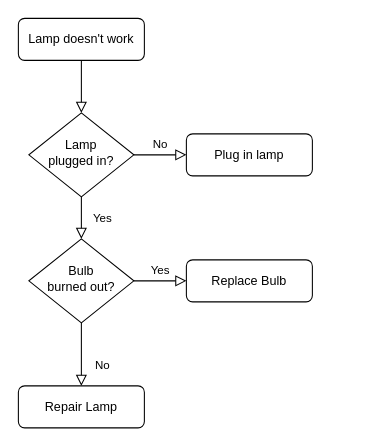
stevezhouht/baiduCDP keeps this draw.io diagram as update/ZMDB数据流向图.drawio. Above is the earlier version. Source tidied: cells renumbered, new cells numbered last; positions are measured from the earlier drawing's top-left corner, leaving out a move shared by most shapes. Both pictures are drawn from the tidied source at 105%, with x=0, y=0 at pixel (18, 18).
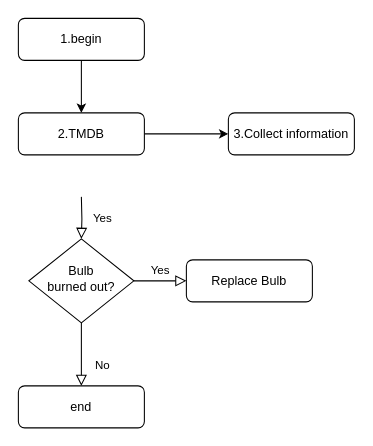
Above is the later version.

Commit message (it also covers changes not shown here):
更新ZMDB数据流向图.drawio

What changed in the source:
```diff
@@
 <mxGraphModel>
   <root>
     <mxCell id="0" />
     <mxCell id="1" parent="0" />
-    <mxCell id="2" style="rounded=0;html=1;jettySize=auto;fontSize=11;endArrow=block;endFill=0;endSize=8;strokeWidth=1;shadow=0;labelBackgroundColor=none;edgeStyle=orthogonalEdgeStyle;" parent="1" edge="1" source="3" target="6">
-      <mxGeometry relative="1" as="geometry" />
-    </mxCell>
+    <mxCell id="13" style="edgeStyle=orthogonalEdgeStyle;rounded=0;jettySize=auto;html=1;" parent="1" edge="1" source="3" target="15">
+      <mxGeometry relative="1" as="geometry" />
+    </mxCell>
-    <mxCell id="3" value="Lamp doesn't work" style="rounded=1;whiteSpace=wrap;html=1;fontSize=12;glass=0;strokeWidth=1;shadow=0;" parent="1" vertex="1">
+    <mxCell id="3" value="1.begin" style="rounded=1;whiteSpace=wrap;html=1;fontSize=12;glass=0;strokeWidth=1;shadow=0;" parent="1" vertex="1">
       <mxGeometry width="120" height="40" as="geometry" />
     </mxCell>
-    <mxCell id="4" value="Yes" style="rounded=0;html=1;jettySize=auto;fontSize=11;endArrow=block;endFill=0;endSize=8;strokeWidth=1;shadow=0;labelBackgroundColor=none;edgeStyle=orthogonalEdgeStyle;" parent="1" edge="1" source="6" target="10">
-      <mxGeometry y="20" relative="1" as="geometry" />
+    <mxCell id="4" value="Yes" style="rounded=0;html=1;jettySize=auto;fontSize=11;endArrow=block;endFill=0;endSize=8;strokeWidth=1;shadow=0;labelBackgroundColor=none;edgeStyle=orthogonalEdgeStyle;" parent="1" edge="1" target="10">
+      <mxGeometry y="20" relative="1" as="geometry">
+        <mxPoint x="60" y="170" as="sourcePoint" />
+      </mxGeometry>
     </mxCell>
-    <mxCell id="5" value="No" style="edgeStyle=orthogonalEdgeStyle;rounded=0;html=1;jettySize=auto;fontSize=11;endArrow=block;endFill=0;endSize=8;strokeWidth=1;shadow=0;labelBackgroundColor=none;" parent="1" edge="1" source="6" target="7">
-      <mxGeometry y="10" relative="1" as="geometry" />
-    </mxCell>
-    <mxCell id="6" value="Lamp&lt;br&gt;plugged in?" style="rhombus;whiteSpace=wrap;html=1;shadow=0;fontFamily=Helvetica;fontSize=12;align=center;strokeWidth=1;spacing=6;spacingTop=-4;" parent="1" vertex="1">
-      <mxGeometry x="10" y="90" width="100" height="80" as="geometry" />
-    </mxCell>
-    <mxCell id="7" value="Plug in lamp" style="rounded=1;whiteSpace=wrap;html=1;fontSize=12;glass=0;strokeWidth=1;shadow=0;" parent="1" vertex="1">
-      <mxGeometry x="160" y="110" width="120" height="40" as="geometry" />
-    </mxCell>
     <mxCell id="8" value="No" style="rounded=0;html=1;jettySize=auto;fontSize=11;endArrow=block;endFill=0;endSize=8;strokeWidth=1;shadow=0;labelBackgroundColor=none;edgeStyle=orthogonalEdgeStyle;" parent="1" edge="1" source="10" target="11">
       <mxGeometry x="0.33" y="20" relative="1" as="geometry" />
     </mxCell>
     <mxCell id="9" value="Yes" style="edgeStyle=orthogonalEdgeStyle;rounded=0;html=1;jettySize=auto;fontSize=11;endArrow=block;endFill=0;endSize=8;strokeWidth=1;shadow=0;labelBackgroundColor=none;" parent="1" edge="1" source="10" target="12">
       <mxGeometry y="10" relative="1" as="geometry" />
     </mxCell>
     <mxCell id="10" value="Bulb&lt;br&gt;burned out?" style="rhombus;whiteSpace=wrap;html=1;shadow=0;fontFamily=Helvetica;fontSize=12;align=center;strokeWidth=1;spacing=6;spacingTop=-4;" parent="1" vertex="1">
       <mxGeometry x="10" y="210" width="100" height="80" as="geometry" />
     </mxCell>
-    <mxCell id="11" value="Repair Lamp" style="rounded=1;whiteSpace=wrap;html=1;fontSize=12;glass=0;strokeWidth=1;shadow=0;" parent="1" vertex="1">
+    <mxCell id="11" value="end" style="rounded=1;whiteSpace=wrap;html=1;fontSize=12;glass=0;strokeWidth=1;shadow=0;" parent="1" vertex="1">
       <mxGeometry y="350" width="120" height="40" as="geometry" />
     </mxCell>
     <mxCell id="12" value="Replace Bulb" style="rounded=1;whiteSpace=wrap;html=1;fontSize=12;glass=0;strokeWidth=1;shadow=0;" parent="1" vertex="1">
       <mxGeometry x="160" y="230" width="120" height="40" as="geometry" />
     </mxCell>
+    <mxCell id="14" style="edgeStyle=orthogonalEdgeStyle;rounded=0;jettySize=auto;html=1;" parent="1" edge="1" source="15" target="16">
+      <mxGeometry relative="1" as="geometry" />
+    </mxCell>
+    <mxCell id="15" value="2.TMDB" style="rounded=1;whiteSpace=wrap;html=1;fontSize=12;glass=0;strokeWidth=1;shadow=0;" parent="1" vertex="1">
+      <mxGeometry y="90" width="120" height="40" as="geometry" />
+    </mxCell>
+    <mxCell id="16" value="3.Collect information" style="rounded=1;whiteSpace=wrap;html=1;fontSize=12;glass=0;strokeWidth=1;shadow=0;" parent="1" vertex="1">
+      <mxGeometry x="200" y="90" width="120" height="40" as="geometry" />
+    </mxCell>
   </root>
 </mxGraphModel>
```
